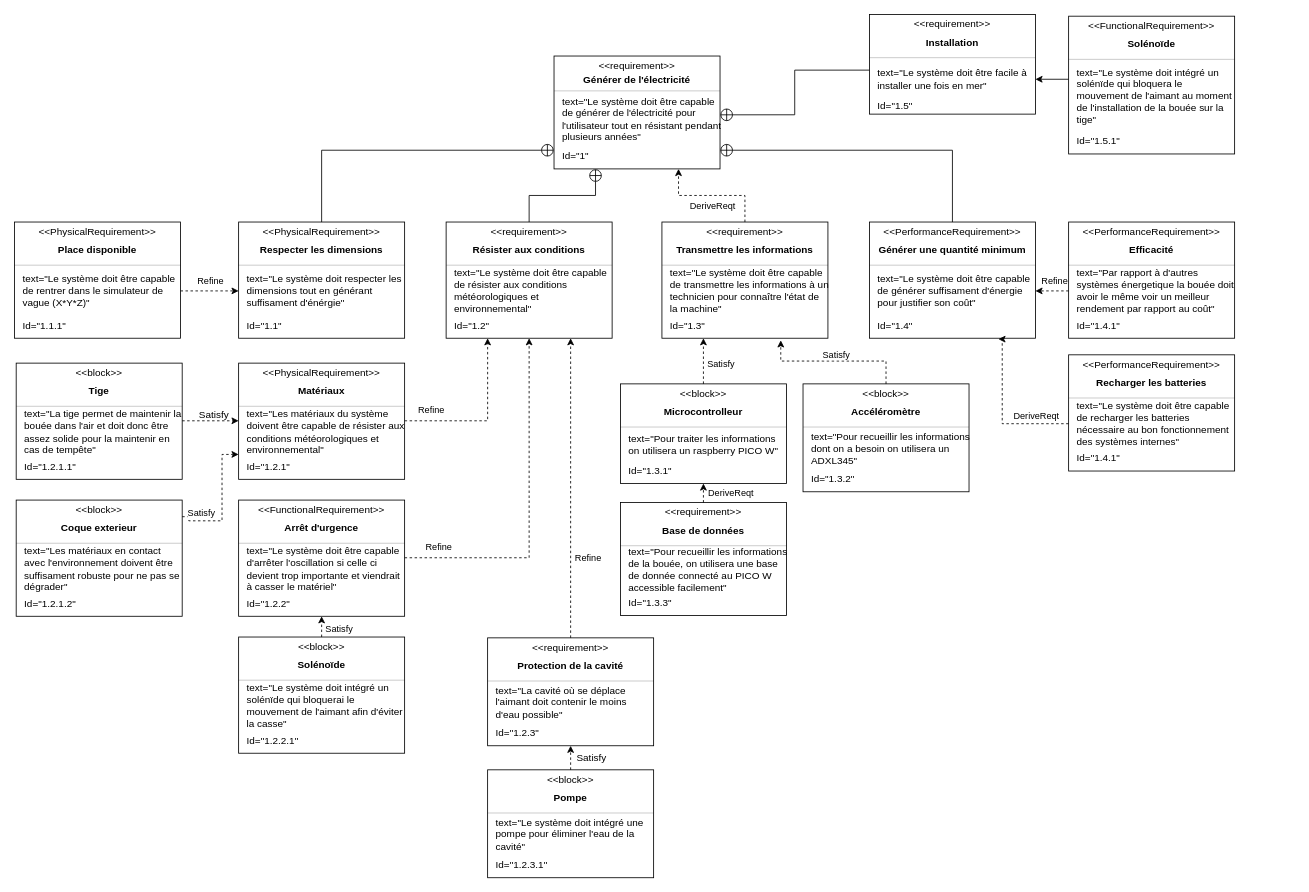
Before: Exigences.drawio in ItoKube/FrostedGlass, a draw.io diagram. Source tidied: cells renumbered, new cells numbered last; positions are measured from the earlier drawing's top-left corner, leaving out a move shared by most shapes. Both pictures are drawn from the tidied source at 83%, with x=0, y=0 at pixel (14, 14).
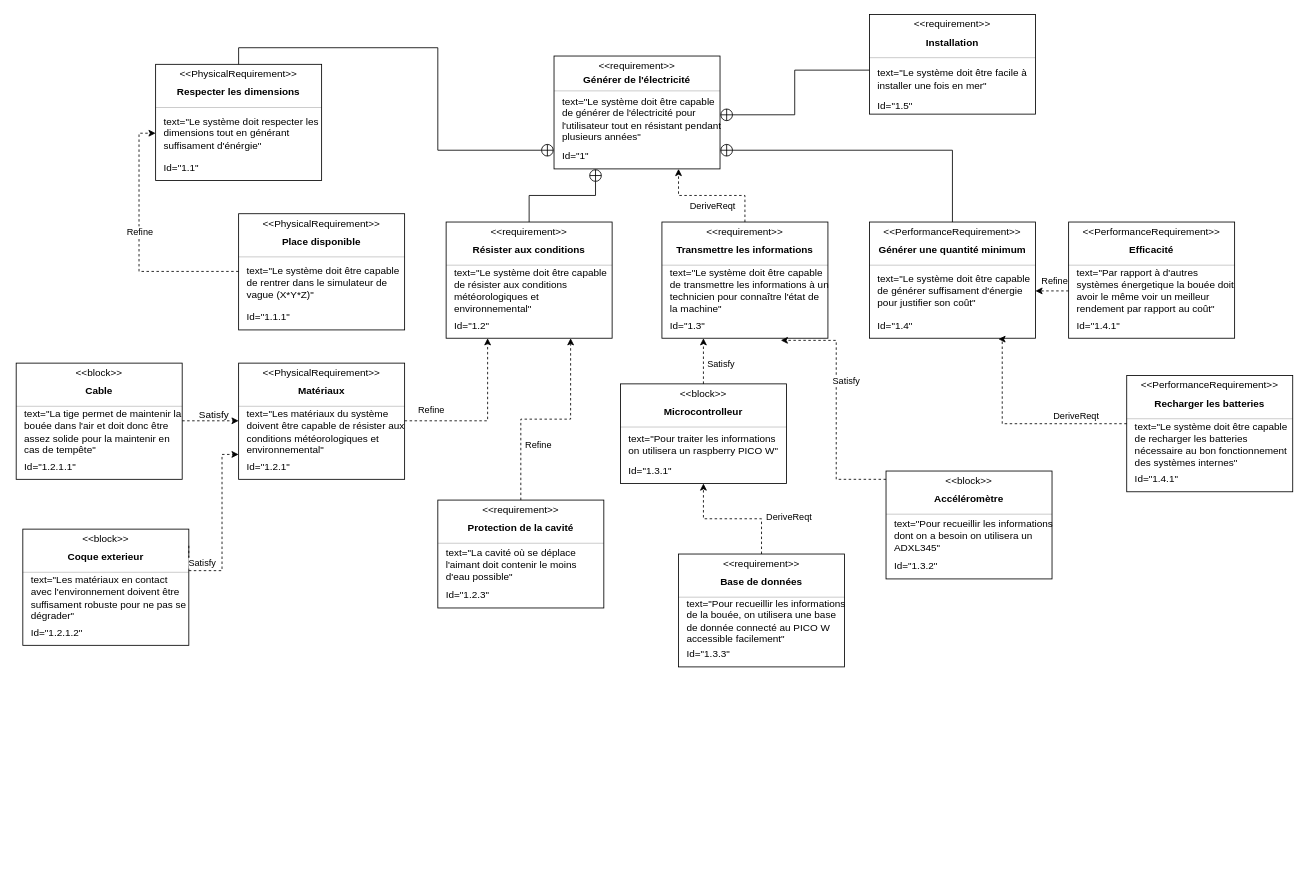
Above is the later version.

Commit message:
Mettre à jour Exigences.drawio

Unchanged cells that the change refers to:
```xml
<mxCell id="14" value="Id=&quot;1.2&quot;" style="html=1;align=left;spacing=0;verticalAlign=middle;strokeColor=none;fillColor=none;whiteSpace=wrap;spacingLeft=10;" parent="9" vertex="1">
  <mxGeometry y="110" width="200" height="30" as="geometry" />
</mxCell>
<mxCell id="21" value="Id=&quot;1.3&quot;" style="html=1;align=left;spacing=0;verticalAlign=middle;strokeColor=none;fillColor=none;whiteSpace=wrap;spacingLeft=10;" parent="16" vertex="1">
  <mxGeometry y="110" width="200" height="30" as="geometry" />
</mxCell>
<mxCell id="34" value="text=&quot;Le système doit respecter les dimensions tout en générant suffisament d'énérgie&quot;" style="html=1;align=left;spacing=0;verticalAlign=middle;strokeColor=none;fillColor=none;whiteSpace=wrap;spacingLeft=10;" parent="30" vertex="1">
  <mxGeometry y="56" width="200" height="54" as="geometry" />
</mxCell>
<mxCell id="46" value="text=&quot;Le système doit être facile à installer une fois en mer&quot;" style="html=1;align=left;spacing=0;verticalAlign=middle;strokeColor=none;fillColor=none;whiteSpace=wrap;spacingLeft=10;" parent="42" vertex="1">
  <mxGeometry y="56" width="200" height="44" as="geometry" />
</mxCell>
<mxCell id="54" value="text=&quot;Le système doit être capable de rentrer dans le simulateur de vague (X*Y*Z)&quot;" style="html=1;align=left;spacing=0;verticalAlign=middle;strokeColor=none;fillColor=none;whiteSpace=wrap;spacingLeft=10;" parent="50" vertex="1">
  <mxGeometry y="56" width="200" height="54" as="geometry" />
</mxCell>
<mxCell id="64" value="Id=&quot;1.2.1&quot;" style="html=1;align=left;spacing=0;verticalAlign=middle;strokeColor=none;fillColor=none;whiteSpace=wrap;spacingLeft=10;" parent="59" vertex="1">
  <mxGeometry y="110" width="200" height="30" as="geometry" />
</mxCell>
<mxCell id="77" style="fontStyle=1;align=center;verticalAlign=middle;horizontal=1;" parent="1" vertex="1">
  <mxGeometry x="2" y="420" width="200" height="140" as="geometry" />
</mxCell>
<mxCell id="86" value="Coque exterieur" style="html=1;align=center;spacing=0;verticalAlign=middle;strokeColor=none;fillColor=none;whiteSpace=wrap;fontStyle=1;" parent="84" vertex="1">
  <mxGeometry y="20" width="200" height="28" as="geometry" />
</mxCell>
<mxCell id="112" value="&amp;lt;&amp;lt;block&lt;span style=&quot;background-color: transparent; color: light-dark(rgb(0, 0, 0), rgb(255, 255, 255));&quot;&gt;&amp;gt;&amp;gt;&lt;/span&gt;" style="html=1;align=center;spacing=0;verticalAlign=middle;strokeColor=none;fillColor=none;whiteSpace=wrap;spacingTop=3;" parent="111" vertex="1">
  <mxGeometry width="200" height="20" as="geometry" />
</mxCell>
<mxCell id="141" value="Id=&quot;1.2.3&quot;" style="html=1;align=left;spacing=0;verticalAlign=middle;strokeColor=none;fillColor=none;whiteSpace=wrap;spacingLeft=10;" parent="136" vertex="1">
  <mxGeometry y="100" width="200" height="30" as="geometry" />
</mxCell>
```

Diff of the diagram source:
```diff
@@
     <mxCell id="30" style="fontStyle=1;align=center;verticalAlign=middle;horizontal=1;" parent="1" vertex="1">
-      <mxGeometry x="270" y="250" width="200" height="140" as="geometry" />
+      <mxGeometry x="170" y="60" width="200" height="140" as="geometry" />
     </mxCell>
@@
     <mxCell id="50" style="fontStyle=1;align=center;verticalAlign=middle;horizontal=1;" parent="1" vertex="1">
-      <mxGeometry y="250" width="200" height="140" as="geometry" />
+      <mxGeometry x="270" y="240" width="200" height="140" as="geometry" />
     </mxCell>
@@
-    <mxCell id="57" style="edgeStyle=orthogonalEdgeStyle;rounded=0;jettySize=auto;html=1;entryX=0;entryY=0.5;entryDx=0;entryDy=0;dashed=1;" parent="1" edge="1" source="54" target="34">
+    <mxCell id="57" style="edgeStyle=orthogonalEdgeStyle;rounded=0;jettySize=auto;html=1;entryX=0;entryY=0.5;entryDx=0;entryDy=0;dashed=1;exitX=0;exitY=0.25;exitDx=0;exitDy=0;" parent="1" edge="1" source="54" target="34">
       <mxGeometry relative="1" as="geometry" />
     </mxCell>
@@
-    <mxCell id="66" style="fontStyle=1;align=center;verticalAlign=middle;horizontal=1;" parent="1" vertex="1">
-      <mxGeometry x="270" y="585" width="200" height="140" as="geometry" />
-    </mxCell>
-    <mxCell id="67" value="&amp;lt;&amp;lt;FunctionalRequirement&amp;gt;&amp;gt;" style="html=1;align=center;spacing=0;verticalAlign=middle;strokeColor=none;fillColor=none;whiteSpace=wrap;spacingTop=3;" parent="66" vertex="1">
-      <mxGeometry width="200" height="20" as="geometry" />
-    </mxCell>
-    <mxCell id="68" value="Arrêt d'urgence" style="html=1;align=center;spacing=0;verticalAlign=middle;strokeColor=none;fillColor=none;whiteSpace=wrap;fontStyle=1;" parent="66" vertex="1">
-      <mxGeometry y="20" width="200" height="28" as="geometry" />
-    </mxCell>
-    <mxCell id="69" style="line;strokeWidth=0.25;fillColor=none;align=left;verticalAlign=middle;spacingTop=-1;spacingLeft=3;spacingRight=3;labelPosition=right;" parent="66" vertex="1">
-      <mxGeometry y="48" width="200" height="8" as="geometry" />
-    </mxCell>
-    <mxCell id="70" value="text=&quot;Le système doit être capable d'arrêter l'oscillation si celle ci devient trop importante et viendrait à casser le matériel&quot;" style="html=1;align=left;spacing=0;verticalAlign=middle;strokeColor=none;fillColor=none;whiteSpace=wrap;spacingLeft=10;" parent="66" vertex="1">
-      <mxGeometry y="56" width="200" height="54" as="geometry" />
-    </mxCell>
-    <mxCell id="71" value="Id=&quot;1.2.2&quot;" style="html=1;align=left;spacing=0;verticalAlign=middle;strokeColor=none;fillColor=none;whiteSpace=wrap;spacingLeft=10;" parent="66" vertex="1">
-      <mxGeometry y="110" width="200" height="30" as="geometry" />
-    </mxCell>
-    <mxCell id="72" style="html=1;align=center;spacing=0;verticalAlign=middle;strokeColor=none;fillColor=none;whiteSpace=wrap;" parent="66" vertex="1">
-      <mxGeometry y="140" width="200" as="geometry" />
-    </mxCell>
@@
-    <mxCell id="75" style="edgeStyle=orthogonalEdgeStyle;rounded=0;jettySize=auto;html=1;exitX=1;exitY=0.25;exitDx=0;exitDy=0;entryX=0.5;entryY=1;entryDx=0;entryDy=0;dashed=1;" parent="1" edge="1" source="70" target="14">
-      <mxGeometry relative="1" as="geometry" />
-    </mxCell>
-    <mxCell id="76" value="Refine" style="edgeLabel;html=1;align=center;verticalAlign=middle;" parent="75" vertex="1">
-      <mxGeometry x="-0.79" relative="1" as="geometry">
-        <mxPoint x="-4" y="-13" as="offset" />
-      </mxGeometry>
-    </mxCell>
@@
-    <mxCell id="79" value="Tige" style="html=1;align=center;spacing=0;verticalAlign=middle;strokeColor=none;fillColor=none;whiteSpace=wrap;fontStyle=1;" parent="77" vertex="1">
+    <mxCell id="79" value="Cable" style="html=1;align=center;spacing=0;verticalAlign=middle;strokeColor=none;fillColor=none;whiteSpace=wrap;fontStyle=1;" parent="77" vertex="1">
       <mxGeometry y="20" width="200" height="28" as="geometry" />
     </mxCell>
@@
     <mxCell id="84" style="fontStyle=1;align=center;verticalAlign=middle;horizontal=1;" parent="1" vertex="1">
-      <mxGeometry x="2" y="585" width="200" height="140" as="geometry" />
+      <mxGeometry x="10" y="620" width="200" height="140" as="geometry" />
     </mxCell>
@@
     <mxCell id="91" style="edgeStyle=orthogonalEdgeStyle;rounded=0;jettySize=auto;html=1;exitX=1;exitY=0;exitDx=0;exitDy=0;entryX=0;entryY=0;entryDx=0;entryDy=0;dashed=1;" parent="1" edge="1" source="86" target="64">
       <mxGeometry relative="1" as="geometry">
         <Array as="points">
-          <mxPoint x="210" y="610" />
-          <mxPoint x="250" y="610" />
+          <mxPoint x="210" y="670" />
+          <mxPoint x="250" y="670" />
           <mxPoint x="250" y="530" />
         </Array>
       </mxGeometry>
     </mxCell>
@@
-    <mxCell id="95" style="fontStyle=1;align=center;verticalAlign=middle;horizontal=1;" parent="1" vertex="1">
-      <mxGeometry x="270" y="750" width="200" height="140" as="geometry" />
-    </mxCell>
-    <mxCell id="96" value="&amp;lt;&amp;lt;block&lt;span style=&quot;background-color: transparent; color: light-dark(rgb(0, 0, 0), rgb(255, 255, 255));&quot;&gt;&amp;gt;&amp;gt;&lt;/span&gt;" style="html=1;align=center;spacing=0;verticalAlign=middle;strokeColor=none;fillColor=none;whiteSpace=wrap;spacingTop=3;" parent="95" vertex="1">
-      <mxGeometry width="200" height="20" as="geometry" />
-    </mxCell>
-    <mxCell id="97" value="Solénoïde" style="html=1;align=center;spacing=0;verticalAlign=middle;strokeColor=none;fillColor=none;whiteSpace=wrap;fontStyle=1;" parent="95" vertex="1">
-      <mxGeometry y="20" width="200" height="28" as="geometry" />
-    </mxCell>
-    <mxCell id="98" style="line;strokeWidth=0.25;fillColor=none;align=left;verticalAlign=middle;spacingTop=-1;spacingLeft=3;spacingRight=3;labelPosition=right;" parent="95" vertex="1">
-      <mxGeometry y="48" width="200" height="8" as="geometry" />
-    </mxCell>
-    <mxCell id="99" value="text=&quot;Le système doit intégré un solénïde qui bloquerai le mouvement de l'aimant afin d'éviter la casse&quot;" style="html=1;align=left;spacing=0;verticalAlign=middle;strokeColor=none;fillColor=none;whiteSpace=wrap;spacingLeft=10;" parent="95" vertex="1">
-      <mxGeometry y="56" width="200" height="54" as="geometry" />
-    </mxCell>
-    <mxCell id="100" value="Id=&quot;1.2.2.1&quot;" style="html=1;align=left;spacing=0;verticalAlign=middle;strokeColor=none;fillColor=none;whiteSpace=wrap;spacingLeft=10;" parent="95" vertex="1">
-      <mxGeometry y="110" width="200" height="30" as="geometry" />
-    </mxCell>
-    <mxCell id="101" style="html=1;align=center;spacing=0;verticalAlign=middle;strokeColor=none;fillColor=none;whiteSpace=wrap;" parent="95" vertex="1">
-      <mxGeometry y="140" width="200" as="geometry" />
-    </mxCell>
-    <mxCell id="102" style="fontStyle=1;align=center;verticalAlign=middle;horizontal=1;" parent="1" vertex="1">
-      <mxGeometry x="1270" y="2" width="200" height="166" as="geometry" />
-    </mxCell>
-    <mxCell id="103" value="&amp;lt;&amp;lt;FunctionalRequirement&amp;gt;&amp;gt;" style="html=1;align=center;spacing=0;verticalAlign=middle;strokeColor=none;fillColor=none;whiteSpace=wrap;spacingTop=3;" parent="102" vertex="1">
-      <mxGeometry width="200" height="20" as="geometry" />
-    </mxCell>
-    <mxCell id="104" value="Solénoïde" style="html=1;align=center;spacing=0;verticalAlign=middle;strokeColor=none;fillColor=none;whiteSpace=wrap;fontStyle=1;" parent="102" vertex="1">
-      <mxGeometry y="20" width="200" height="28" as="geometry" />
-    </mxCell>
-    <mxCell id="105" style="line;strokeWidth=0.25;fillColor=none;align=left;verticalAlign=middle;spacingTop=-1;spacingLeft=3;spacingRight=3;labelPosition=right;" parent="102" vertex="1">
-      <mxGeometry y="48" width="200" height="8" as="geometry" />
-    </mxCell>
-    <mxCell id="106" value="text=&quot;Le système doit intégré un solénïde qui bloquera le mouvement de l'aimant au moment de l'installation de la bouée sur la tige&quot;" style="html=1;align=left;spacing=0;verticalAlign=middle;strokeColor=none;fillColor=none;whiteSpace=wrap;spacingLeft=10;" parent="102" vertex="1">
-      <mxGeometry y="56" width="200" height="80" as="geometry" />
-    </mxCell>
-    <mxCell id="107" value="Id=&quot;1.5.1&quot;" style="html=1;align=left;spacing=0;verticalAlign=middle;strokeColor=none;fillColor=none;whiteSpace=wrap;spacingLeft=10;" parent="102" vertex="1">
-      <mxGeometry y="136" width="200" height="30" as="geometry" />
-    </mxCell>
-    <mxCell id="108" style="html=1;align=center;spacing=0;verticalAlign=middle;strokeColor=none;fillColor=none;whiteSpace=wrap;" parent="102" vertex="1">
-      <mxGeometry y="166" width="200" as="geometry" />
-    </mxCell>
-    <mxCell id="109" style="edgeStyle=orthogonalEdgeStyle;rounded=0;jettySize=auto;html=1;exitX=0.5;exitY=0;exitDx=0;exitDy=0;entryX=0.5;entryY=1;entryDx=0;entryDy=0;dashed=1;" parent="1" edge="1" source="96" target="71">
-      <mxGeometry relative="1" as="geometry" />
-    </mxCell>
-    <mxCell id="110" value="Satisfy" style="edgeLabel;html=1;align=center;verticalAlign=middle;" parent="109" vertex="1">
-      <mxGeometry x="-0.37" relative="1" as="geometry">
-        <mxPoint x="20" y="-2" as="offset" />
-      </mxGeometry>
-    </mxCell>
     <mxCell id="111" style="fontStyle=1;align=center;verticalAlign=middle;horizontal=1;" parent="1" vertex="1">
-      <mxGeometry x="950" y="445" width="200" height="130" as="geometry" />
+      <mxGeometry x="1050" y="550" width="200" height="130" as="geometry" />
     </mxCell>
@@
     <mxCell id="127" style="edgeStyle=orthogonalEdgeStyle;rounded=0;jettySize=auto;html=1;entryX=0.716;entryY=1.085;entryDx=0;entryDy=0;entryPerimeter=0;dashed=1;" parent="1" edge="1" source="112" target="21">
-      <mxGeometry relative="1" as="geometry" />
+      <mxGeometry relative="1" as="geometry">
+        <Array as="points">
+          <mxPoint x="990" y="560" />
+          <mxPoint x="990" y="393" />
+        </Array>
+      </mxGeometry>
     </mxCell>
@@
     <mxCell id="129" style="fontStyle=1;align=center;verticalAlign=middle;horizontal=1;" parent="1" vertex="1">
-      <mxGeometry x="730" y="588" width="200" height="136" as="geometry" />
+      <mxGeometry x="800" y="650" width="200" height="136" as="geometry" />
     </mxCell>
@@
     <mxCell id="136" style="fontStyle=1;align=center;verticalAlign=middle;horizontal=1;" parent="1" vertex="1">
-      <mxGeometry x="570" y="751" width="200" height="130" as="geometry" />
+      <mxGeometry x="510" y="585" width="200" height="130" as="geometry" />
     </mxCell>
@@
-    <mxCell id="145" style="fontStyle=1;align=center;verticalAlign=middle;horizontal=1;" parent="1" vertex="1">
-      <mxGeometry x="570" y="910" width="200" height="130" as="geometry" />
-    </mxCell>
-    <mxCell id="146" value="&amp;lt;&amp;lt;block&lt;span style=&quot;background-color: transparent; color: light-dark(rgb(0, 0, 0), rgb(255, 255, 255));&quot;&gt;&amp;gt;&amp;gt;&lt;/span&gt;" style="html=1;align=center;spacing=0;verticalAlign=middle;strokeColor=none;fillColor=none;whiteSpace=wrap;spacingTop=3;" parent="145" vertex="1">
-      <mxGeometry width="200" height="20" as="geometry" />
-    </mxCell>
-    <mxCell id="147" value="Pompe" style="html=1;align=center;spacing=0;verticalAlign=middle;strokeColor=none;fillColor=none;whiteSpace=wrap;fontStyle=1;" parent="145" vertex="1">
-      <mxGeometry y="20" width="200" height="28" as="geometry" />
-    </mxCell>
-    <mxCell id="148" style="line;strokeWidth=0.25;fillColor=none;align=left;verticalAlign=middle;spacingTop=-1;spacingLeft=3;spacingRight=3;labelPosition=right;" parent="145" vertex="1">
-      <mxGeometry y="48" width="200" height="8" as="geometry" />
-    </mxCell>
-    <mxCell id="149" value="text=&quot;Le système doit intégré une pompe pour éliminer l'eau de la cavité&quot;" style="html=1;align=left;spacing=0;verticalAlign=middle;strokeColor=none;fillColor=none;whiteSpace=wrap;spacingLeft=10;" parent="145" vertex="1">
-      <mxGeometry y="56" width="200" height="44" as="geometry" />
-    </mxCell>
-    <mxCell id="150" value="Id=&quot;1.2.3.1&quot;" style="html=1;align=left;spacing=0;verticalAlign=middle;strokeColor=none;fillColor=none;whiteSpace=wrap;spacingLeft=10;" parent="145" vertex="1">
-      <mxGeometry y="100" width="200" height="30" as="geometry" />
-    </mxCell>
-    <mxCell id="151" style="html=1;align=center;spacing=0;verticalAlign=middle;strokeColor=none;fillColor=none;whiteSpace=wrap;" parent="145" vertex="1">
-      <mxGeometry y="130" width="200" as="geometry" />
-    </mxCell>
-    <mxCell id="152" style="edgeStyle=orthogonalEdgeStyle;rounded=0;jettySize=auto;html=1;exitX=0.5;exitY=0;exitDx=0;exitDy=0;entryX=0.5;entryY=1;entryDx=0;entryDy=0;dashed=1;" parent="1" edge="1" source="146" target="141">
-      <mxGeometry relative="1" as="geometry" />
-    </mxCell>
@@
     <mxCell id="160" style="fontStyle=1;align=center;verticalAlign=middle;horizontal=1;" parent="1" vertex="1">
-      <mxGeometry x="1270" y="410" width="200" height="140" as="geometry" />
+      <mxGeometry x="1340" y="435" width="200" height="140" as="geometry" />
     </mxCell>
@@
-    <mxCell id="171" style="edgeStyle=orthogonalEdgeStyle;rounded=0;jettySize=auto;html=1;exitX=0;exitY=0.25;exitDx=0;exitDy=0;entryX=1;entryY=0.5;entryDx=0;entryDy=0;" parent="1" edge="1" source="106" target="46">
-      <mxGeometry relative="1" as="geometry" />
-    </mxCell>
@@
-    <mxCell id="174" value="Satisfy" style="text;html=1;align=center;verticalAlign=middle;strokeColor=none;fillColor=none;" parent="1" vertex="1">
-      <mxGeometry x="665" y="881" width="60" height="30" as="geometry" />
-    </mxCell>
```
